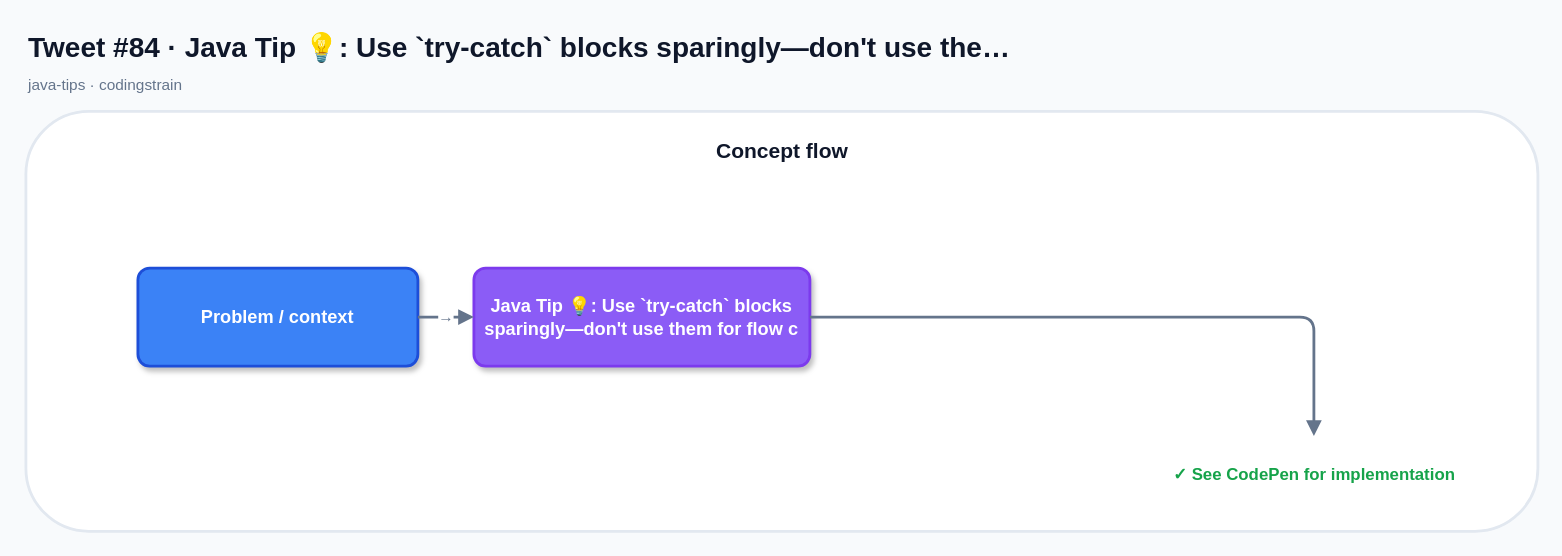
Above: x-posts-examples/generated-x-posts/drawio/tweet-84.drawio in mcasari/codingstrain (draw.io), before the change. Source tidied: cells renumbered, new cells numbered last; positions are measured from the earlier drawing's top-left corner, leaving out a move shared by most shapes. Both pictures are drawn from the tidied source at 140%, with x=0, y=0 at pixel (25, 24).
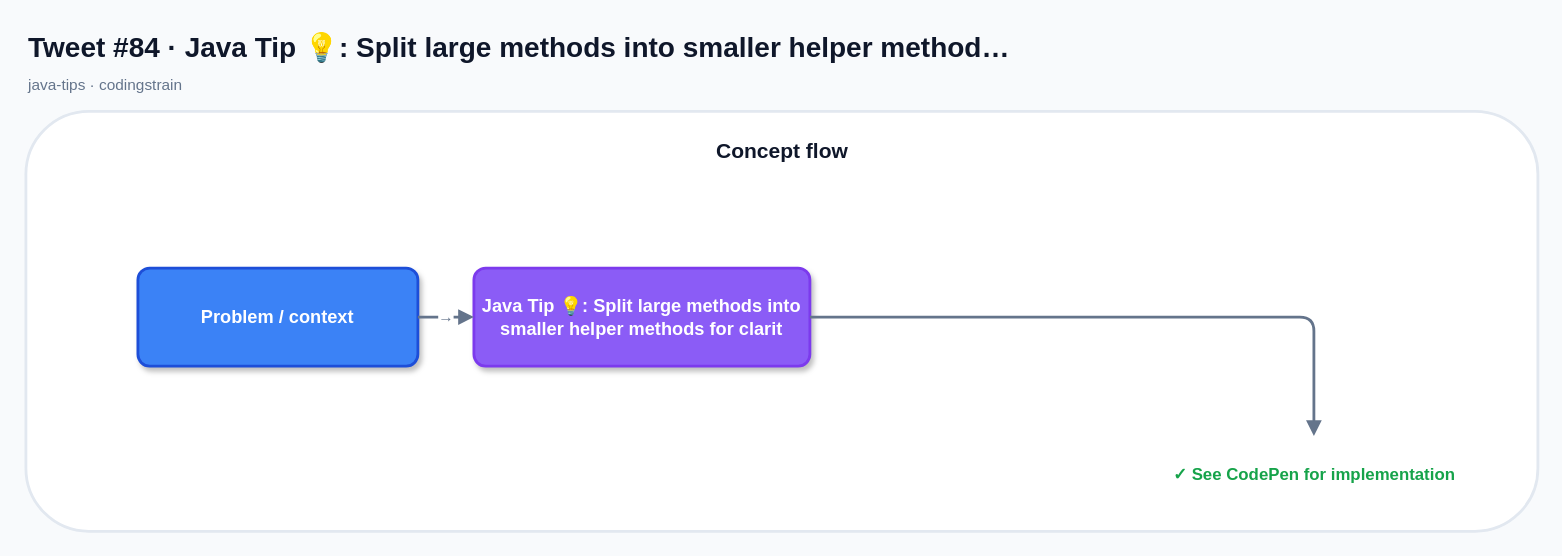
The same page after the edit.

What changed in the source:
```diff
@@
 <mxGraphModel background="#F8FAFC">
   <root>
     <mxCell id="0" />
     <mxCell id="1" parent="0" />
-    <mxCell id="2" value="Tweet #84 · Java Tip 💡: Use `try-catch` blocks sparingly—don't use the…" style="text;html=1;strokeColor=none;fillColor=none;align=left;verticalAlign=middle;fontSize=20;fontStyle=1;fontColor=#0F172A;" parent="1" vertex="1">
+    <mxCell id="2" value="Tweet #84 · Java Tip 💡: Split large methods into smaller helper method…" style="text;html=1;strokeColor=none;fillColor=none;align=left;verticalAlign=middle;fontSize=20;fontStyle=1;fontColor=#0F172A;" parent="1" vertex="1">
       <mxGeometry width="760" height="32" as="geometry" />
     </mxCell>
     <mxCell id="3" value="java-tips · codingstrain" style="text;html=1;strokeColor=none;fillColor=none;align=left;verticalAlign=middle;fontSize=11;fontStyle=0;fontColor=#64748B;" parent="1" vertex="1">
       <mxGeometry y="32" width="520" height="22" as="geometry" />
     </mxCell>
     <mxCell id="4" style="rounded=1;fillColor=#FFFFFF;strokeColor=#E2E8F0;strokeWidth=2;shadow=0;" parent="1" vertex="1">
       <mxGeometry y="62" width="1080" height="300" as="geometry" />
     </mxCell>
     <mxCell id="5" value="Concept flow" style="text;html=1;strokeColor=none;fillColor=none;align=center;verticalAlign=middle;fontSize=15;fontStyle=1;fontColor=#0F172A;" parent="1" vertex="1">
       <mxGeometry x="20" y="76" width="1040" height="28" as="geometry" />
     </mxCell>
     <mxCell id="6" value="Problem / context" style="rounded=1;whiteSpace=wrap;html=1;arcSize=12;fillColor=#3B82F6;strokeColor=#1D4ED8;strokeWidth=2;fontColor=#FFFFFF;fontSize=13;fontStyle=1;shadow=1;align=center;verticalAlign=middle;" parent="1" vertex="1">
       <mxGeometry x="80" y="174" width="200" height="70" as="geometry" />
     </mxCell>
-    <mxCell id="7" value="Java Tip 💡: Use `try-catch` blocks sparingly—don't use them for flow c" style="rounded=1;whiteSpace=wrap;html=1;arcSize=12;fillColor=#8B5CF6;strokeColor=#7C3AED;strokeWidth=2;fontColor=#FFFFFF;fontSize=13;fontStyle=1;shadow=1;align=center;verticalAlign=middle;" parent="1" vertex="1">
+    <mxCell id="7" value="Java Tip 💡: Split large methods into smaller helper methods for clarit" style="rounded=1;whiteSpace=wrap;html=1;arcSize=12;fillColor=#8B5CF6;strokeColor=#7C3AED;strokeWidth=2;fontColor=#FFFFFF;fontSize=13;fontStyle=1;shadow=1;align=center;verticalAlign=middle;" parent="1" vertex="1">
       <mxGeometry x="320" y="174" width="240" height="70" as="geometry" />
     </mxCell>
     <mxCell id="8" value="→" style="edgeStyle=orthogonalEdgeStyle;rounded=1;jettySize=auto;html=1;endArrow=block;endFill=1;startArrow=none;strokeColor=#64748B;strokeWidth=2;fontColor=#64748B;fontSize=11;" parent="1" edge="1" source="6" target="7">
       <mxGeometry relative="1" as="geometry" />
     </mxCell>
     <mxCell id="9" value="✓ See CodePen for implementation" style="text;html=1;strokeColor=none;fillColor=none;align=center;verticalAlign=middle;fontSize=12;fontStyle=1;fontColor=#16A34A;" parent="1" vertex="1">
       <mxGeometry x="800" y="294" width="240" height="56" as="geometry" />
     </mxCell>
     <mxCell id="10" style="edgeStyle=orthogonalEdgeStyle;rounded=1;jettySize=auto;html=1;endArrow=block;endFill=1;startArrow=none;strokeColor=#64748B;strokeWidth=2;fontColor=#64748B;fontSize=11;" parent="1" edge="1" source="7" target="9">
       <mxGeometry relative="1" as="geometry" />
     </mxCell>
   </root>
 </mxGraphModel>
```
